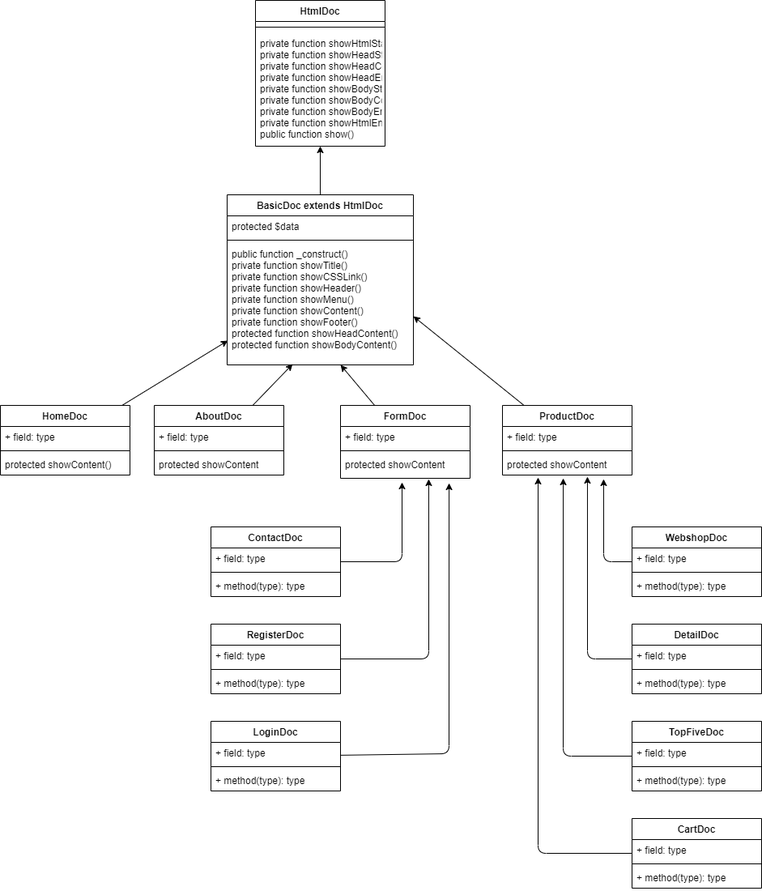
Before: Diagrams/ViewsCID.drawio.png, a diagram exported from draw.io (Dabra720/educom-webshop-oop). Source tidied: cells renumbered, new cells last; positions are measured from the earlier drawing's top-left corner, leaving out a move shared by most shapes.
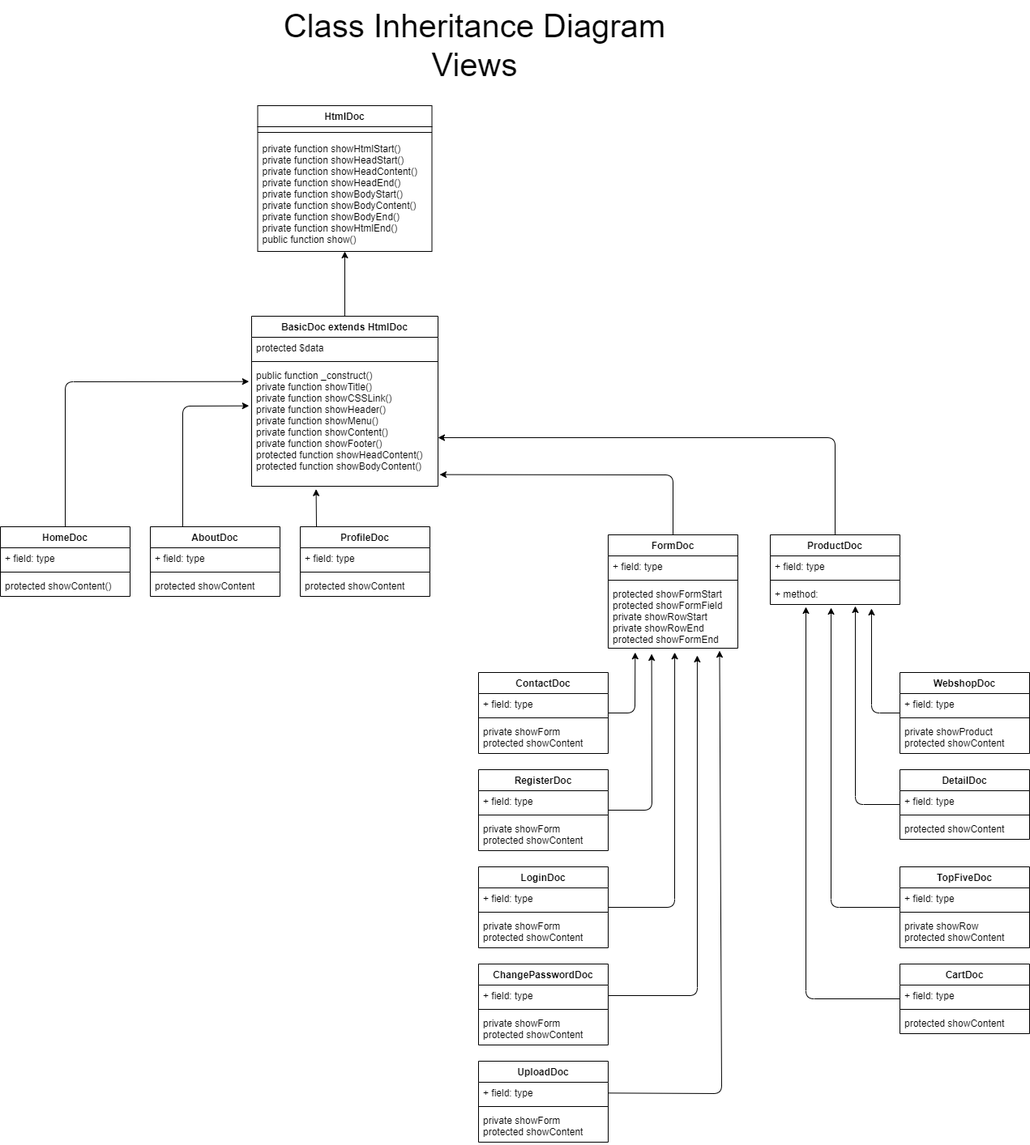
The same file after the commit.

Commit message:
Issue #5 Diagrammen

The edit, as a diff of the source:
```diff
@@ -5,9 +5,9 @@
     <mxCell id="2" value="HtmlDoc" style="swimlane;fontStyle=1;align=center;verticalAlign=top;horizontal=1;startSize=26;" parent="1" vertex="1">
-      <mxGeometry x="315" width="160" height="180" as="geometry" />
+      <mxGeometry x="-12.5" y="-50" width="215" height="180" as="geometry" />
     </mxCell>
     <mxCell id="3" style="line;strokeWidth=1;fillColor=none;align=left;verticalAlign=middle;spacingTop=-1;spacingLeft=3;spacingRight=3;labelPosition=right;strokeColor=inherit;" parent="2" vertex="1">
-      <mxGeometry y="26" width="160" height="14" as="geometry" />
+      <mxGeometry y="26" width="215" height="14" as="geometry" />
     </mxCell>
     <mxCell id="4" value="private function showHtmlStart()&#10;private function showHeadStart()&#10;private function showHeadContent()&#10;private function showHeadEnd()&#10;private function showBodyStart()&#10;private function showBodyContent()&#10;private function showBodyEnd()&#10;private function showHtmlEnd()&#10;public function show()" style="text;strokeColor=none;fillColor=none;align=left;verticalAlign=top;spacingLeft=4;spacingRight=4;overflow=hidden;points=[[0,0.5],[1,0.5]];portConstraint=eastwest;" parent="2" vertex="1">
-      <mxGeometry y="40" width="160" height="140" as="geometry" />
+      <mxGeometry y="40" width="215" height="140" as="geometry" />
     </mxCell>
@@ -17,3 +17,3 @@
     <mxCell id="6" value="BasicDoc extends HtmlDoc" style="swimlane;fontStyle=1;align=center;verticalAlign=top;horizontal=1;startSize=26;" parent="1" vertex="1">
-      <mxGeometry x="280" y="240" width="230" height="210" as="geometry" />
+      <mxGeometry x="-20" y="210" width="230" height="210" as="geometry" />
     </mxCell>
@@ -28,7 +28,11 @@
     </mxCell>
-    <mxCell id="10" style="edgeStyle=none;html=1;entryX=0.004;entryY=0.8;entryDx=0;entryDy=0;entryPerimeter=0;" parent="1" edge="1" source="11" target="9">
-      <mxGeometry relative="1" as="geometry" />
+    <mxCell id="10" style="edgeStyle=none;html=1;entryX=-0.014;entryY=0.138;entryDx=0;entryDy=0;entryPerimeter=0;" parent="1" edge="1" source="11" target="9">
+      <mxGeometry relative="1" as="geometry">
+        <Array as="points">
+          <mxPoint x="-250" y="291" />
+        </Array>
+      </mxGeometry>
     </mxCell>
     <mxCell id="11" value="HomeDoc" style="swimlane;fontStyle=1;align=center;verticalAlign=top;horizontal=1;startSize=26;" parent="1" vertex="1">
-      <mxGeometry y="500" width="160" height="86" as="geometry" />
+      <mxGeometry x="-330" y="470" width="160" height="86" as="geometry" />
     </mxCell>
@@ -43,7 +47,11 @@
     </mxCell>
-    <mxCell id="15" style="edgeStyle=none;html=1;entryX=0.352;entryY=0.993;entryDx=0;entryDy=0;entryPerimeter=0;" parent="1" edge="1" source="16" target="9">
-      <mxGeometry relative="1" as="geometry" />
+    <mxCell id="15" style="edgeStyle=none;html=1;entryX=-0.014;entryY=0.338;entryDx=0;entryDy=0;entryPerimeter=0;exitX=0.25;exitY=0;exitDx=0;exitDy=0;" parent="1" edge="1" source="16" target="9">
+      <mxGeometry relative="1" as="geometry">
+        <Array as="points">
+          <mxPoint x="-105" y="321" />
+        </Array>
+      </mxGeometry>
     </mxCell>
     <mxCell id="16" value="AboutDoc" style="swimlane;fontStyle=1;align=center;verticalAlign=top;horizontal=1;startSize=26;" parent="1" vertex="1">
-      <mxGeometry x="190" y="500" width="160" height="86" as="geometry" />
+      <mxGeometry x="-145" y="470" width="160" height="86" as="geometry" />
     </mxCell>
@@ -58,7 +66,11 @@
     </mxCell>
-    <mxCell id="20" style="edgeStyle=none;html=1;entryX=0.609;entryY=1;entryDx=0;entryDy=0;entryPerimeter=0;" parent="1" edge="1" source="21" target="9">
-      <mxGeometry relative="1" as="geometry" />
+    <mxCell id="20" style="edgeStyle=none;html=1;entryX=1.009;entryY=0.904;entryDx=0;entryDy=0;entryPerimeter=0;" parent="1" edge="1" source="21" target="9">
+      <mxGeometry relative="1" as="geometry">
+        <Array as="points">
+          <mxPoint x="500" y="406" />
+        </Array>
+      </mxGeometry>
     </mxCell>
     <mxCell id="21" value="FormDoc" style="swimlane;fontStyle=1;align=center;verticalAlign=top;horizontal=1;startSize=26;" parent="1" vertex="1">
-      <mxGeometry x="420" y="500" width="160" height="90" as="geometry" />
+      <mxGeometry x="420" y="480" width="160" height="140" as="geometry" />
     </mxCell>
@@ -70,10 +82,14 @@
     </mxCell>
-    <mxCell id="24" value="protected showContent" style="text;strokeColor=none;fillColor=none;align=left;verticalAlign=top;spacingLeft=4;spacingRight=4;overflow=hidden;points=[[0,0.5],[1,0.5]];portConstraint=eastwest;" parent="21" vertex="1">
-      <mxGeometry y="60" width="160" height="30" as="geometry" />
+    <mxCell id="24" value="protected showFormStart&#10;protected showFormField&#10;private showRowStart&#10;private showRowEnd&#10;protected showFormEnd" style="text;strokeColor=none;fillColor=none;align=left;verticalAlign=top;spacingLeft=4;spacingRight=4;overflow=hidden;points=[[0,0.5],[1,0.5]];portConstraint=eastwest;" parent="21" vertex="1">
+      <mxGeometry y="60" width="160" height="80" as="geometry" />
     </mxCell>
     <mxCell id="25" style="edgeStyle=none;html=1;entryX=1;entryY=0.6;entryDx=0;entryDy=0;entryPerimeter=0;" parent="1" edge="1" source="26" target="9">
-      <mxGeometry relative="1" as="geometry" />
+      <mxGeometry relative="1" as="geometry">
+        <Array as="points">
+          <mxPoint x="700" y="360" />
+        </Array>
+      </mxGeometry>
     </mxCell>
     <mxCell id="26" value="ProductDoc" style="swimlane;fontStyle=1;align=center;verticalAlign=top;horizontal=1;startSize=26;" parent="1" vertex="1">
-      <mxGeometry x="620" y="500" width="160" height="86" as="geometry" />
+      <mxGeometry x="620" y="480" width="160" height="86" as="geometry" />
     </mxCell>
@@ -85,9 +101,9 @@
     </mxCell>
-    <mxCell id="29" value="protected showContent" style="text;strokeColor=none;fillColor=none;align=left;verticalAlign=top;spacingLeft=4;spacingRight=4;overflow=hidden;points=[[0,0.5],[1,0.5]];portConstraint=eastwest;" parent="26" vertex="1">
+    <mxCell id="29" value="+ method: " style="text;strokeColor=none;fillColor=none;align=left;verticalAlign=top;spacingLeft=4;spacingRight=4;overflow=hidden;points=[[0,0.5],[1,0.5]];portConstraint=eastwest;" parent="26" vertex="1">
       <mxGeometry y="60" width="160" height="26" as="geometry" />
     </mxCell>
-    <mxCell id="30" style="edgeStyle=none;html=1;entryX=0.475;entryY=1.167;entryDx=0;entryDy=0;entryPerimeter=0;" parent="1" edge="1" source="31" target="24">
+    <mxCell id="30" style="edgeStyle=none;html=1;entryX=0.208;entryY=1.065;entryDx=0;entryDy=0;entryPerimeter=0;" parent="1" edge="1" source="31" target="24">
       <mxGeometry relative="1" as="geometry">
         <Array as="points">
-          <mxPoint x="496" y="693" />
+          <mxPoint x="453" y="700" />
         </Array>
@@ -96,3 +112,3 @@
     <mxCell id="31" value="ContactDoc" style="swimlane;fontStyle=1;align=center;verticalAlign=top;horizontal=1;startSize=26;" parent="1" vertex="1">
-      <mxGeometry x="260" y="650" width="160" height="86" as="geometry" />
+      <mxGeometry x="260" y="650" width="160" height="100" as="geometry" />
     </mxCell>
@@ -104,9 +120,9 @@
     </mxCell>
-    <mxCell id="34" value="+ method(type): type" style="text;strokeColor=none;fillColor=none;align=left;verticalAlign=top;spacingLeft=4;spacingRight=4;overflow=hidden;" parent="31" vertex="1">
-      <mxGeometry y="60" width="160" height="26" as="geometry" />
+    <mxCell id="34" value="private showForm&#10;protected showContent" style="text;strokeColor=none;fillColor=none;align=left;verticalAlign=top;spacingLeft=4;spacingRight=4;overflow=hidden;" parent="31" vertex="1">
+      <mxGeometry y="60" width="160" height="40" as="geometry" />
     </mxCell>
-    <mxCell id="35" style="edgeStyle=none;html=1;entryX=0.838;entryY=1.2;entryDx=0;entryDy=0;entryPerimeter=0;" parent="1" edge="1" source="36" target="24">
+    <mxCell id="35" style="edgeStyle=none;html=1;entryX=0.513;entryY=1.065;entryDx=0;entryDy=0;entryPerimeter=0;" parent="1" edge="1" source="36" target="24">
       <mxGeometry relative="1" as="geometry">
         <Array as="points">
-          <mxPoint x="554" y="930" />
+          <mxPoint x="502" y="940" />
         </Array>
@@ -115,3 +131,3 @@
     <mxCell id="36" value="LoginDoc" style="swimlane;fontStyle=1;align=center;verticalAlign=top;horizontal=1;startSize=26;" parent="1" vertex="1">
-      <mxGeometry x="260" y="890" width="160" height="86" as="geometry" />
+      <mxGeometry x="260" y="890" width="160" height="100" as="geometry" />
     </mxCell>
@@ -123,9 +139,9 @@
     </mxCell>
-    <mxCell id="39" value="+ method(type): type" style="text;strokeColor=none;fillColor=none;align=left;verticalAlign=top;spacingLeft=4;spacingRight=4;overflow=hidden;" parent="36" vertex="1">
-      <mxGeometry y="60" width="160" height="26" as="geometry" />
+    <mxCell id="39" value="private showForm&#10;protected showContent" style="text;strokeColor=none;fillColor=none;align=left;verticalAlign=top;spacingLeft=4;spacingRight=4;overflow=hidden;" parent="36" vertex="1">
+      <mxGeometry y="60" width="160" height="40" as="geometry" />
     </mxCell>
-    <mxCell id="40" style="edgeStyle=none;html=1;entryX=0.681;entryY=1.033;entryDx=0;entryDy=0;entryPerimeter=0;" parent="1" edge="1" source="41" target="24">
+    <mxCell id="40" style="edgeStyle=none;html=1;entryX=0.335;entryY=1.088;entryDx=0;entryDy=0;entryPerimeter=0;" parent="1" edge="1" source="41" target="24">
       <mxGeometry relative="1" as="geometry">
         <Array as="points">
-          <mxPoint x="529" y="813" />
+          <mxPoint x="474" y="820" />
         </Array>
@@ -134,3 +150,3 @@
     <mxCell id="41" value="RegisterDoc" style="swimlane;fontStyle=1;align=center;verticalAlign=top;horizontal=1;startSize=26;" parent="1" vertex="1">
-      <mxGeometry x="260" y="770" width="160" height="86" as="geometry" />
+      <mxGeometry x="260" y="770" width="160" height="100" as="geometry" />
     </mxCell>
@@ -142,4 +158,4 @@
     </mxCell>
-    <mxCell id="44" value="+ method(type): type" style="text;strokeColor=none;fillColor=none;align=left;verticalAlign=top;spacingLeft=4;spacingRight=4;overflow=hidden;" parent="41" vertex="1">
-      <mxGeometry y="60" width="160" height="26" as="geometry" />
+    <mxCell id="44" value="private showForm&#10;protected showContent" style="text;strokeColor=none;fillColor=none;align=left;verticalAlign=top;spacingLeft=4;spacingRight=4;overflow=hidden;" parent="41" vertex="1">
+      <mxGeometry y="60" width="160" height="40" as="geometry" />
     </mxCell>
@@ -148,3 +164,3 @@
         <Array as="points">
-          <mxPoint x="745" y="693" />
+          <mxPoint x="745" y="700" />
         </Array>
@@ -153,3 +169,3 @@
     <mxCell id="46" value="WebshopDoc" style="swimlane;fontStyle=1;align=center;verticalAlign=top;horizontal=1;startSize=26;" parent="1" vertex="1">
-      <mxGeometry x="780" y="650" width="160" height="86" as="geometry" />
+      <mxGeometry x="780" y="650" width="160" height="100" as="geometry" />
     </mxCell>
@@ -161,4 +177,4 @@
     </mxCell>
-    <mxCell id="49" value="+ method(type): type" style="text;strokeColor=none;fillColor=none;align=left;verticalAlign=top;spacingLeft=4;spacingRight=4;overflow=hidden;" parent="46" vertex="1">
-      <mxGeometry y="60" width="160" height="26" as="geometry" />
+    <mxCell id="49" value="private showProduct&#10;protected showContent" style="text;strokeColor=none;fillColor=none;align=left;verticalAlign=top;spacingLeft=4;spacingRight=4;overflow=hidden;" parent="46" vertex="1">
+      <mxGeometry y="60" width="160" height="40" as="geometry" />
     </mxCell>
@@ -167,3 +183,3 @@
         <Array as="points">
-          <mxPoint x="695" y="933" />
+          <mxPoint x="695" y="940" />
         </Array>
@@ -172,3 +188,3 @@
     <mxCell id="51" value="TopFiveDoc" style="swimlane;fontStyle=1;align=center;verticalAlign=top;horizontal=1;startSize=26;" parent="1" vertex="1">
-      <mxGeometry x="780" y="890" width="160" height="86" as="geometry" />
+      <mxGeometry x="780" y="890" width="160" height="100" as="geometry" />
     </mxCell>
@@ -180,4 +196,4 @@
     </mxCell>
-    <mxCell id="54" value="+ method(type): type" style="text;strokeColor=none;fillColor=none;align=left;verticalAlign=top;spacingLeft=4;spacingRight=4;overflow=hidden;" parent="51" vertex="1">
-      <mxGeometry y="60" width="160" height="26" as="geometry" />
+    <mxCell id="54" value="private showRow&#10;protected showContent" style="text;strokeColor=none;fillColor=none;align=left;verticalAlign=top;spacingLeft=4;spacingRight=4;overflow=hidden;" parent="51" vertex="1">
+      <mxGeometry y="60" width="160" height="40" as="geometry" />
     </mxCell>
@@ -199,3 +215,3 @@
     </mxCell>
-    <mxCell id="59" value="+ method(type): type" style="text;strokeColor=none;fillColor=none;align=left;verticalAlign=top;spacingLeft=4;spacingRight=4;overflow=hidden;" parent="56" vertex="1">
+    <mxCell id="59" value="protected showContent" style="text;strokeColor=none;fillColor=none;align=left;verticalAlign=top;spacingLeft=4;spacingRight=4;overflow=hidden;" parent="56" vertex="1">
       <mxGeometry y="60" width="160" height="26" as="geometry" />
@@ -218,5 +234,61 @@
     </mxCell>
-    <mxCell id="64" value="+ method(type): type" style="text;strokeColor=none;fillColor=none;align=left;verticalAlign=top;spacingLeft=4;spacingRight=4;overflow=hidden;" parent="61" vertex="1">
+    <mxCell id="64" value="protected showContent" style="text;strokeColor=none;fillColor=none;align=left;verticalAlign=top;spacingLeft=4;spacingRight=4;overflow=hidden;" parent="61" vertex="1">
       <mxGeometry y="60" width="160" height="26" as="geometry" />
     </mxCell>
+    <mxCell id="65" style="edgeStyle=none;html=1;entryX=0.346;entryY=1.024;entryDx=0;entryDy=0;entryPerimeter=0;exitX=0.125;exitY=0;exitDx=0;exitDy=0;exitPerimeter=0;" parent="1" edge="1" source="66" target="9">
+      <mxGeometry relative="1" as="geometry" />
+    </mxCell>
+    <mxCell id="66" value="ProfileDoc" style="swimlane;fontStyle=1;align=center;verticalAlign=top;horizontal=1;startSize=26;" parent="1" vertex="1">
+      <mxGeometry x="40" y="470" width="160" height="86" as="geometry" />
+    </mxCell>
+    <mxCell id="67" value="+ field: type" style="text;strokeColor=none;fillColor=none;align=left;verticalAlign=top;spacingLeft=4;spacingRight=4;overflow=hidden;" parent="66" vertex="1">
+      <mxGeometry y="26" width="160" height="26" as="geometry" />
+    </mxCell>
+    <mxCell id="68" style="line;strokeWidth=1;fillColor=none;align=left;verticalAlign=middle;spacingTop=-1;spacingLeft=3;spacingRight=3;labelPosition=right;strokeColor=inherit;" parent="66" vertex="1">
+      <mxGeometry y="52" width="160" height="8" as="geometry" />
+    </mxCell>
+    <mxCell id="69" value="protected showContent" style="text;strokeColor=none;fillColor=none;align=left;verticalAlign=top;spacingLeft=4;spacingRight=4;overflow=hidden;" parent="66" vertex="1">
+      <mxGeometry y="60" width="160" height="26" as="geometry" />
+    </mxCell>
+    <mxCell id="70" value="ChangePasswordDoc" style="swimlane;fontStyle=1;align=center;verticalAlign=top;horizontal=1;startSize=26;" parent="1" vertex="1">
+      <mxGeometry x="260" y="1010" width="160" height="100" as="geometry" />
+    </mxCell>
+    <mxCell id="71" value="+ field: type" style="text;strokeColor=none;fillColor=none;align=left;verticalAlign=top;spacingLeft=4;spacingRight=4;overflow=hidden;points=[[0,0.5],[1,0.5]];portConstraint=eastwest;" parent="70" vertex="1">
+      <mxGeometry y="26" width="160" height="26" as="geometry" />
+    </mxCell>
+    <mxCell id="72" style="line;strokeWidth=1;fillColor=none;align=left;verticalAlign=middle;spacingTop=-1;spacingLeft=3;spacingRight=3;labelPosition=right;strokeColor=inherit;" parent="70" vertex="1">
+      <mxGeometry y="52" width="160" height="8" as="geometry" />
+    </mxCell>
+    <mxCell id="73" value="private showForm&#10;protected showContent" style="text;strokeColor=none;fillColor=none;align=left;verticalAlign=top;spacingLeft=4;spacingRight=4;overflow=hidden;" parent="70" vertex="1">
+      <mxGeometry y="60" width="160" height="40" as="geometry" />
+    </mxCell>
+    <mxCell id="74" style="edgeStyle=none;html=1;entryX=0.687;entryY=1.112;entryDx=0;entryDy=0;entryPerimeter=0;" parent="1" edge="1" source="71" target="24">
+      <mxGeometry relative="1" as="geometry">
+        <Array as="points">
+          <mxPoint x="530" y="1049" />
+        </Array>
+      </mxGeometry>
+    </mxCell>
+    <mxCell id="75" value="UploadDoc" style="swimlane;fontStyle=1;align=center;verticalAlign=top;horizontal=1;startSize=26;" parent="1" vertex="1">
+      <mxGeometry x="260" y="1130" width="160" height="100" as="geometry" />
+    </mxCell>
+    <mxCell id="76" value="+ field: type" style="text;strokeColor=none;fillColor=none;align=left;verticalAlign=top;spacingLeft=4;spacingRight=4;overflow=hidden;points=[[0,0.5],[1,0.5]];portConstraint=eastwest;" parent="75" vertex="1">
+      <mxGeometry y="26" width="160" height="26" as="geometry" />
+    </mxCell>
+    <mxCell id="77" style="line;strokeWidth=1;fillColor=none;align=left;verticalAlign=middle;spacingTop=-1;spacingLeft=3;spacingRight=3;labelPosition=right;strokeColor=inherit;" parent="75" vertex="1">
+      <mxGeometry y="52" width="160" height="8" as="geometry" />
+    </mxCell>
+    <mxCell id="78" value="private showForm&#10;protected showContent" style="text;strokeColor=none;fillColor=none;align=left;verticalAlign=top;spacingLeft=4;spacingRight=4;overflow=hidden;" parent="75" vertex="1">
+      <mxGeometry y="60" width="160" height="40" as="geometry" />
+    </mxCell>
+    <mxCell id="79" style="edgeStyle=none;html=1;entryX=0.859;entryY=1.039;entryDx=0;entryDy=0;entryPerimeter=0;" parent="1" edge="1" source="76" target="24">
+      <mxGeometry relative="1" as="geometry">
+        <Array as="points">
+          <mxPoint x="560" y="1170" />
+        </Array>
+      </mxGeometry>
+    </mxCell>
+    <mxCell id="80" value="&lt;font style=&quot;font-size: 40px;&quot;&gt;Class Inheritance Diagram&lt;br&gt;Views&lt;br&gt;&lt;/font&gt;" style="text;html=1;align=center;verticalAlign=middle;strokeColor=none;fillColor=none;" parent="1" vertex="1">
+      <mxGeometry x="10" y="-180" width="490" height="110" as="geometry" />
+    </mxCell>
   </root>
```
